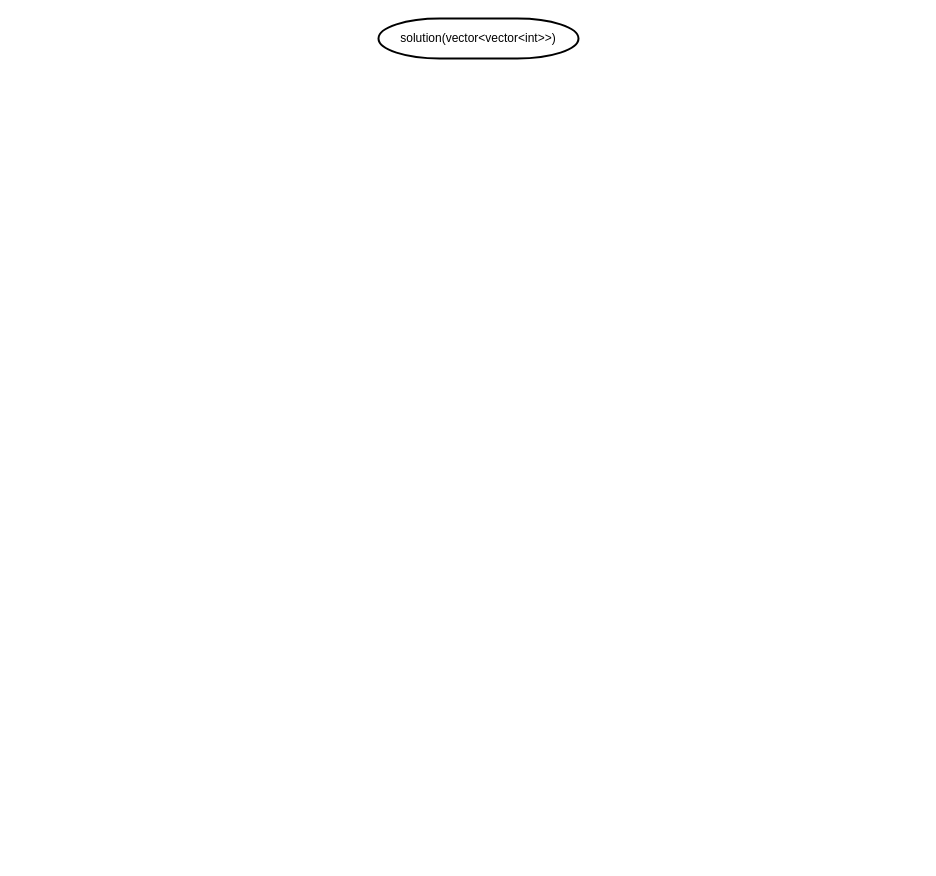
kalgory/201120_Ground-Picking_JHM keeps this draw.io diagram as page "before" (1 of 2) of ground picking.drawio. Above is the earlier version. Source tidied: cells renumbered, new cells numbered last; positions are measured from the earlier drawing's top-left corner, leaving out a move shared by most shapes. Both pictures are drawn from the tidied source at 100%, with x=0, y=0 at pixel (378, 18).
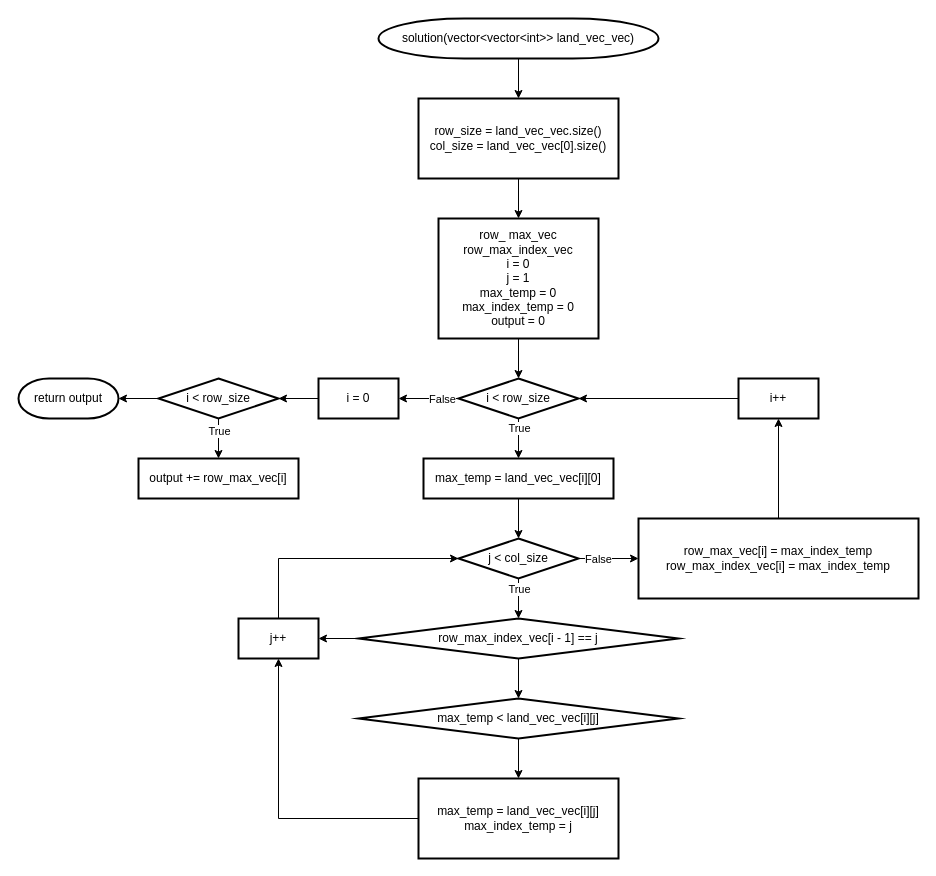
After the change.

Commit message (it also covers changes not shown here):
Start recursive

Diff of the diagram source:
```diff
@@
+    <mxCell id="3" style="edgeStyle=orthogonalEdgeStyle;rounded=0;jettySize=auto;html=1;" parent="1" edge="1" source="2" target="5">
+      <mxGeometry relative="1" as="geometry" />
+    </mxCell>
-    <mxCell id="2" value="solution(vector&amp;lt;vector&amp;lt;int&amp;gt;&amp;gt;)" style="strokeWidth=2;html=1;shape=mxgraph.flowchart.terminator;whiteSpace=wrap;" parent="1" vertex="1">
-      <mxGeometry width="200" height="40" as="geometry" />
+    <mxCell id="2" value="solution(vector&amp;lt;vector&amp;lt;int&amp;gt;&amp;gt; land_vec_vec)" style="strokeWidth=2;html=1;shape=mxgraph.flowchart.terminator;whiteSpace=wrap;" parent="1" vertex="1">
+      <mxGeometry width="280" height="40" as="geometry" />
     </mxCell>
+    <mxCell id="4" style="edgeStyle=orthogonalEdgeStyle;rounded=0;jettySize=auto;html=1;" parent="1" edge="1" source="5" target="12">
+      <mxGeometry relative="1" as="geometry" />
+    </mxCell>
+    <mxCell id="5" value="row_size = land_vec_vec.size()&lt;br&gt;col_size = land_vec_vec[0].size()&lt;br&gt;" style="whiteSpace=wrap;html=1;strokeWidth=2;verticalAlign=middle;" parent="1" vertex="1">
+      <mxGeometry x="40" y="80" width="200" height="80" as="geometry" />
+    </mxCell>
+    <mxCell id="6" style="edgeStyle=orthogonalEdgeStyle;rounded=0;jettySize=auto;html=1;" parent="1" edge="1" source="10" target="24">
+      <mxGeometry relative="1" as="geometry" />
+    </mxCell>
+    <mxCell id="7" value="True" style="edgeLabel;html=1;align=center;verticalAlign=middle;" parent="6" vertex="1">
+      <mxGeometry x="-0.5" y="-1" relative="1" as="geometry">
+        <mxPoint x="1" y="-0.3" as="offset" />
+      </mxGeometry>
+    </mxCell>
+    <mxCell id="8" style="edgeStyle=orthogonalEdgeStyle;rounded=0;jettySize=auto;html=1;" parent="1" edge="1" source="10" target="34">
+      <mxGeometry relative="1" as="geometry" />
+    </mxCell>
+    <mxCell id="9" value="False" style="edgeLabel;html=1;align=center;verticalAlign=middle;" parent="8" vertex="1">
+      <mxGeometry x="-0.58" relative="1" as="geometry">
+        <mxPoint x="-3.5" as="offset" />
+      </mxGeometry>
+    </mxCell>
+    <mxCell id="10" value="i &amp;lt; row_size" style="rhombus;whiteSpace=wrap;html=1;strokeWidth=2;" parent="1" vertex="1">
+      <mxGeometry x="80" y="360" width="120" height="40" as="geometry" />
+    </mxCell>
+    <mxCell id="11" style="edgeStyle=orthogonalEdgeStyle;rounded=0;jettySize=auto;html=1;" parent="1" edge="1" source="12" target="10">
+      <mxGeometry relative="1" as="geometry" />
+    </mxCell>
+    <mxCell id="12" value="row_ max_vec&lt;br&gt;row_max_index_vec&lt;br&gt;i = 0&lt;br&gt;j = 1&lt;br&gt;max_temp = 0&lt;br&gt;max_index_temp = 0&lt;br&gt;output = 0" style="whiteSpace=wrap;html=1;strokeWidth=2;" parent="1" vertex="1">
+      <mxGeometry x="60" y="200" width="160" height="120" as="geometry" />
+    </mxCell>
+    <mxCell id="13" style="edgeStyle=orthogonalEdgeStyle;rounded=0;jettySize=auto;html=1;" parent="1" edge="1" source="17" target="20">
+      <mxGeometry relative="1" as="geometry" />
+    </mxCell>
+    <mxCell id="14" value="True" style="edgeLabel;html=1;align=center;verticalAlign=middle;" parent="13" vertex="1">
+      <mxGeometry x="-0.32" relative="1" as="geometry">
+        <mxPoint y="-3.7" as="offset" />
+      </mxGeometry>
+    </mxCell>
+    <mxCell id="15" style="edgeStyle=orthogonalEdgeStyle;rounded=0;jettySize=auto;html=1;" parent="1" edge="1" source="17" target="30">
+      <mxGeometry relative="1" as="geometry" />
+    </mxCell>
+    <mxCell id="16" value="False" style="edgeLabel;html=1;align=center;verticalAlign=middle;" parent="15" vertex="1">
+      <mxGeometry x="-0.66" y="-2" relative="1" as="geometry">
+        <mxPoint x="9.7" y="-2" as="offset" />
+      </mxGeometry>
+    </mxCell>
+    <mxCell id="17" value="j &amp;lt; col_size" style="rhombus;whiteSpace=wrap;html=1;strokeWidth=2;" parent="1" vertex="1">
+      <mxGeometry x="80" y="520" width="120" height="40" as="geometry" />
+    </mxCell>
+    <mxCell id="18" style="edgeStyle=orthogonalEdgeStyle;rounded=0;jettySize=auto;html=1;" parent="1" edge="1" source="20" target="22">
+      <mxGeometry relative="1" as="geometry" />
+    </mxCell>
+    <mxCell id="19" style="edgeStyle=orthogonalEdgeStyle;rounded=0;jettySize=auto;html=1;" parent="1" edge="1" source="20" target="26">
+      <mxGeometry relative="1" as="geometry" />
+    </mxCell>
+    <mxCell id="20" value="row_max_index_vec[i - 1] == j" style="rhombus;whiteSpace=wrap;html=1;strokeWidth=2;" parent="1" vertex="1">
+      <mxGeometry x="-20" y="600" width="320" height="40" as="geometry" />
+    </mxCell>
+    <mxCell id="21" style="edgeStyle=orthogonalEdgeStyle;rounded=0;jettySize=auto;html=1;entryX=0;entryY=0.5;entryDx=0;entryDy=0;" parent="1" edge="1" source="22" target="17">
+      <mxGeometry relative="1" as="geometry">
+        <Array as="points">
+          <mxPoint x="-100" y="540" />
+        </Array>
+      </mxGeometry>
+    </mxCell>
+    <mxCell id="22" value="j++" style="whiteSpace=wrap;html=1;strokeWidth=2;" parent="1" vertex="1">
+      <mxGeometry x="-140" y="600" width="80" height="40" as="geometry" />
+    </mxCell>
+    <mxCell id="23" style="edgeStyle=orthogonalEdgeStyle;rounded=0;jettySize=auto;html=1;" parent="1" edge="1" source="24" target="17">
+      <mxGeometry relative="1" as="geometry" />
+    </mxCell>
+    <mxCell id="24" value="max_temp = land_vec_vec[i][0]" style="whiteSpace=wrap;html=1;strokeWidth=2;" parent="1" vertex="1">
+      <mxGeometry x="45" y="440" width="190" height="40" as="geometry" />
+    </mxCell>
+    <mxCell id="25" style="edgeStyle=orthogonalEdgeStyle;rounded=0;jettySize=auto;html=1;" parent="1" edge="1" source="26" target="28">
+      <mxGeometry relative="1" as="geometry" />
+    </mxCell>
+    <mxCell id="26" value="max_temp &amp;lt; land_vec_vec[i][j]" style="rhombus;whiteSpace=wrap;html=1;strokeWidth=2;" parent="1" vertex="1">
+      <mxGeometry x="-20" y="680" width="320" height="40" as="geometry" />
+    </mxCell>
+    <mxCell id="27" style="edgeStyle=orthogonalEdgeStyle;rounded=0;jettySize=auto;html=1;entryX=0.5;entryY=1;entryDx=0;entryDy=0;" parent="1" edge="1" source="28" target="22">
+      <mxGeometry relative="1" as="geometry" />
+    </mxCell>
+    <mxCell id="28" value="max_temp = land_vec_vec[i][j]&lt;br&gt;max_index_temp = j" style="whiteSpace=wrap;html=1;strokeWidth=2;" parent="1" vertex="1">
+      <mxGeometry x="40" y="760" width="200" height="80" as="geometry" />
+    </mxCell>
+    <mxCell id="29" style="edgeStyle=orthogonalEdgeStyle;rounded=0;jettySize=auto;html=1;" parent="1" edge="1" source="30" target="32">
+      <mxGeometry relative="1" as="geometry" />
+    </mxCell>
+    <mxCell id="30" value="&lt;span&gt;row_max_vec[i] = max_index_temp&lt;br&gt;&lt;/span&gt;row_max_index_vec[i] = max_index_temp&lt;span&gt;&lt;br&gt;&lt;/span&gt;" style="whiteSpace=wrap;html=1;strokeWidth=2;" parent="1" vertex="1">
+      <mxGeometry x="260" y="500" width="280" height="80" as="geometry" />
+    </mxCell>
+    <mxCell id="31" style="edgeStyle=orthogonalEdgeStyle;rounded=0;jettySize=auto;html=1;entryX=1;entryY=0.5;entryDx=0;entryDy=0;" parent="1" edge="1" source="32" target="10">
+      <mxGeometry relative="1" as="geometry" />
+    </mxCell>
+    <mxCell id="32" value="i++" style="whiteSpace=wrap;html=1;strokeWidth=2;" parent="1" vertex="1">
+      <mxGeometry x="360" y="360" width="80" height="40" as="geometry" />
+    </mxCell>
+    <mxCell id="33" style="edgeStyle=orthogonalEdgeStyle;rounded=0;jettySize=auto;html=1;" parent="1" edge="1" source="34" target="38">
+      <mxGeometry relative="1" as="geometry" />
+    </mxCell>
+    <mxCell id="34" value="i = 0" style="whiteSpace=wrap;html=1;strokeWidth=2;" parent="1" vertex="1">
+      <mxGeometry x="-60" y="360" width="80" height="40" as="geometry" />
+    </mxCell>
+    <mxCell id="35" style="edgeStyle=orthogonalEdgeStyle;rounded=0;jettySize=auto;html=1;" parent="1" edge="1" source="38" target="39">
+      <mxGeometry relative="1" as="geometry" />
+    </mxCell>
+    <mxCell id="36" value="True" style="edgeLabel;html=1;align=center;verticalAlign=middle;" parent="35" vertex="1">
+      <mxGeometry x="-0.42" relative="1" as="geometry" />
+    </mxCell>
+    <mxCell id="37" style="edgeStyle=orthogonalEdgeStyle;rounded=0;jettySize=auto;html=1;" parent="1" edge="1" source="38" target="40">
+      <mxGeometry relative="1" as="geometry" />
+    </mxCell>
+    <mxCell id="38" value="&lt;span&gt;i &amp;lt; row_size&lt;/span&gt;" style="rhombus;whiteSpace=wrap;html=1;strokeWidth=2;" parent="1" vertex="1">
+      <mxGeometry x="-220" y="360" width="120" height="40" as="geometry" />
+    </mxCell>
+    <mxCell id="39" value="output += row_max_vec[i]" style="whiteSpace=wrap;html=1;strokeWidth=2;" parent="1" vertex="1">
+      <mxGeometry x="-240" y="440" width="160" height="40" as="geometry" />
+    </mxCell>
+    <mxCell id="40" value="return output" style="strokeWidth=2;html=1;shape=mxgraph.flowchart.terminator;whiteSpace=wrap;" parent="1" vertex="1">
+      <mxGeometry x="-360" y="360" width="100" height="40" as="geometry" />
+    </mxCell>
```
